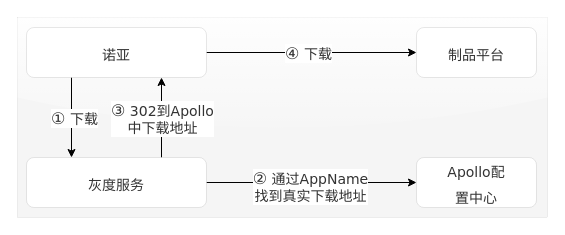
Above: page "pp 灰度发布" (3 of 12) of Untitled Diagram.drawio in maxuewen/draw.io (draw.io), before the change. Source tidied: cells renumbered, new cells numbered last; positions are measured from the earlier drawing's top-left corner, leaving out a move shared by most shapes. Both pictures are drawn from the tidied source at 100%, with x=0, y=0 at pixel (17, 17).
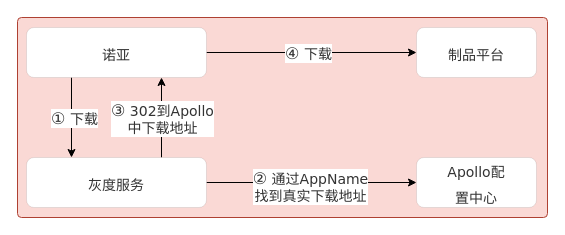
Above is the later version.

What changed in the source:
```diff
@@
 <mxGraphModel>
   <root>
     <mxCell id="0" />
     <mxCell id="1" parent="0" />
-    <mxCell id="2" style="rounded=0;whiteSpace=wrap;html=1;glass=1;strokeWidth=0;fillColor=#f5f5f5;fontColor=#333333;strokeColor=#666666;" parent="1" vertex="1">
-      <mxGeometry width="530" height="200" as="geometry" />
-    </mxCell>
+    <mxCell id="15" style="rounded=1;whiteSpace=wrap;html=1;fillColor=#fad9d5;strokeColor=#ae4132;arcSize=2;" parent="1" vertex="1">
+      <mxGeometry width="530" height="200" as="geometry" />
+    </mxCell>
     <mxCell id="3" style="edgeStyle=orthogonalEdgeStyle;rounded=0;jettySize=auto;html=1;exitX=0.25;exitY=1;exitDx=0;exitDy=0;entryX=0.25;entryY=0;entryDx=0;entryDy=0;fontFamily=Verdana;fontSize=14;fontColor=#333333;startArrow=none;startFill=0;" parent="1" edge="1" source="7" target="12">
       <mxGeometry relative="1" as="geometry" />
     </mxCell>
     <mxCell id="4" value="&lt;span style=&quot;font-family: &amp;quot;Microsoft Yahei&amp;quot;, Helvetica, Arial, sans-serif; font-size: 16px; text-align: start;&quot;&gt;①&amp;nbsp;&lt;/span&gt;下载" style="edgeLabel;html=1;align=center;verticalAlign=middle;fontSize=14;fontFamily=Verdana;fontColor=#333333;" parent="3" vertex="1">
       <mxGeometry x="-0.03" y="2" relative="1" as="geometry">
         <mxPoint y="1" as="offset" />
       </mxGeometry>
     </mxCell>
     <mxCell id="5" style="edgeStyle=orthogonalEdgeStyle;rounded=0;jettySize=auto;html=1;exitX=1;exitY=0.5;exitDx=0;exitDy=0;entryX=0;entryY=0.5;entryDx=0;entryDy=0;fontFamily=Verdana;fontSize=14;fontColor=#333333;startArrow=none;startFill=0;" parent="1" edge="1" source="7" target="14">
       <mxGeometry relative="1" as="geometry" />
     </mxCell>
     <mxCell id="6" value="&lt;span style=&quot;font-family: &amp;quot;Microsoft Yahei&amp;quot;, Helvetica, Arial, sans-serif; font-size: 16px; text-align: start;&quot;&gt;④&amp;nbsp;&lt;/span&gt;下载" style="edgeLabel;html=1;align=center;verticalAlign=middle;fontSize=14;fontFamily=Verdana;fontColor=#333333;" parent="5" vertex="1">
       <mxGeometry x="-0.04" relative="1" as="geometry" />
     </mxCell>
     <mxCell id="7" value="&lt;font style=&quot;font-size: 14px;&quot;&gt;诺亚&lt;/font&gt;" style="rounded=1;whiteSpace=wrap;html=1;labelBackgroundColor=none;strokeWidth=0;fontSize=21;fontColor=#333333;gradientColor=none;" parent="1" vertex="1">
       <mxGeometry x="9" y="10" width="180" height="50" as="geometry" />
     </mxCell>
     <mxCell id="8" style="edgeStyle=orthogonalEdgeStyle;rounded=0;jettySize=auto;html=1;entryX=0;entryY=0.5;entryDx=0;entryDy=0;fontFamily=Verdana;fontSize=14;fontColor=#333333;startArrow=none;startFill=0;" parent="1" edge="1" source="12" target="13">
       <mxGeometry relative="1" as="geometry" />
     </mxCell>
     <mxCell id="9" value="&lt;span style=&quot;font-family: &amp;quot;Microsoft Yahei&amp;quot;, Helvetica, Arial, sans-serif; font-size: 16px; text-align: start;&quot;&gt;②&lt;/span&gt;&lt;span style=&quot;font-family: &amp;quot;Microsoft Yahei&amp;quot;, Helvetica, Arial, sans-serif; font-size: 16px; text-align: start;&quot;&gt;&amp;nbsp;&lt;/span&gt;通过AppName&lt;br&gt;找到真实下载地址" style="edgeLabel;html=1;align=center;verticalAlign=middle;fontSize=14;fontFamily=Verdana;fontColor=#333333;" parent="8" vertex="1">
       <mxGeometry x="-0.02" y="-3" relative="1" as="geometry" />
     </mxCell>
     <mxCell id="10" style="edgeStyle=orthogonalEdgeStyle;rounded=0;jettySize=auto;html=1;exitX=0.75;exitY=0;exitDx=0;exitDy=0;entryX=0.75;entryY=1;entryDx=0;entryDy=0;fontFamily=Verdana;fontSize=14;fontColor=#333333;startArrow=none;startFill=0;" parent="1" edge="1" source="12" target="7">
       <mxGeometry relative="1" as="geometry" />
     </mxCell>
     <mxCell id="11" value="&lt;span style=&quot;font-family: &amp;quot;Microsoft Yahei&amp;quot;, Helvetica, Arial, sans-serif; font-size: 16px; text-align: start;&quot;&gt;③&lt;/span&gt;&lt;span style=&quot;font-family: &amp;quot;Microsoft Yahei&amp;quot;, Helvetica, Arial, sans-serif; font-size: 16px; text-align: start;&quot;&gt;&amp;nbsp;&lt;/span&gt;302到Apollo&lt;br&gt;中下载地址" style="edgeLabel;html=1;align=center;verticalAlign=middle;fontSize=14;fontFamily=Verdana;fontColor=#333333;" parent="10" vertex="1">
       <mxGeometry x="-0.38" relative="1" as="geometry">
         <mxPoint y="-15" as="offset" />
       </mxGeometry>
     </mxCell>
     <mxCell id="12" value="&lt;span style=&quot;font-size: 14px;&quot;&gt;灰度服务&lt;/span&gt;" style="rounded=1;whiteSpace=wrap;html=1;labelBackgroundColor=none;strokeWidth=0;fontSize=21;fontColor=#333333;gradientColor=none;" parent="1" vertex="1">
       <mxGeometry x="9" y="140" width="180" height="50" as="geometry" />
     </mxCell>
     <mxCell id="13" value="&lt;span style=&quot;font-size: 14px;&quot;&gt;&lt;font face=&quot;Verdana&quot;&gt;Apollo配&lt;br&gt;置中心&lt;/font&gt;&lt;/span&gt;" style="rounded=1;whiteSpace=wrap;html=1;labelBackgroundColor=none;strokeWidth=0;fontSize=21;fontColor=#333333;gradientColor=none;" parent="1" vertex="1">
       <mxGeometry x="399" y="140" width="120" height="50" as="geometry" />
     </mxCell>
     <mxCell id="14" value="&lt;span style=&quot;font-size: 14px;&quot;&gt;制品平台&lt;/span&gt;" style="rounded=1;whiteSpace=wrap;html=1;labelBackgroundColor=none;strokeWidth=0;fontSize=21;fontColor=#333333;gradientColor=none;" parent="1" vertex="1">
       <mxGeometry x="399" y="10" width="120" height="50" as="geometry" />
     </mxCell>
   </root>
 </mxGraphModel>
```
